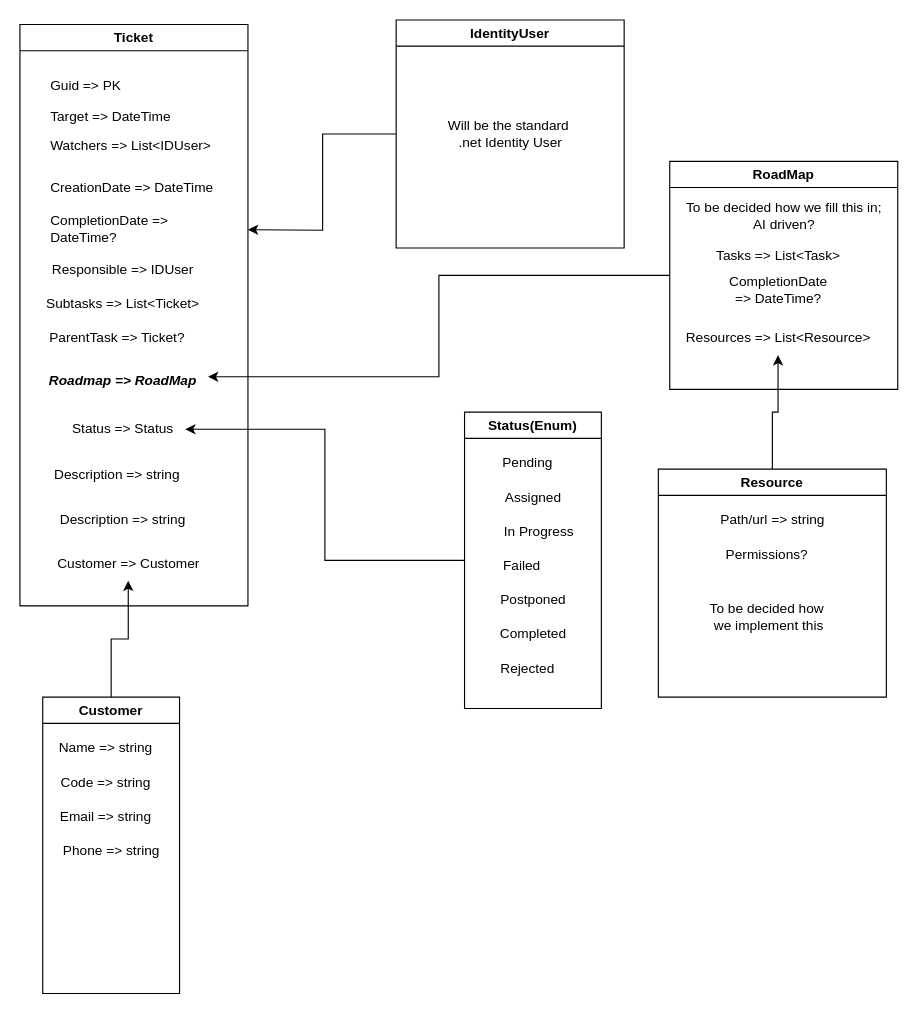
Above: docs/IT-Project 1.drawio in Garamatic/ticket-masala (draw.io), before the change. Source tidied: cells renumbered, new cells numbered last; positions are measured from the earlier drawing's top-left corner, leaving out a move shared by most shapes. Both pictures are drawn from the tidied source at 114%, with x=0, y=0 at pixel (19, 19).
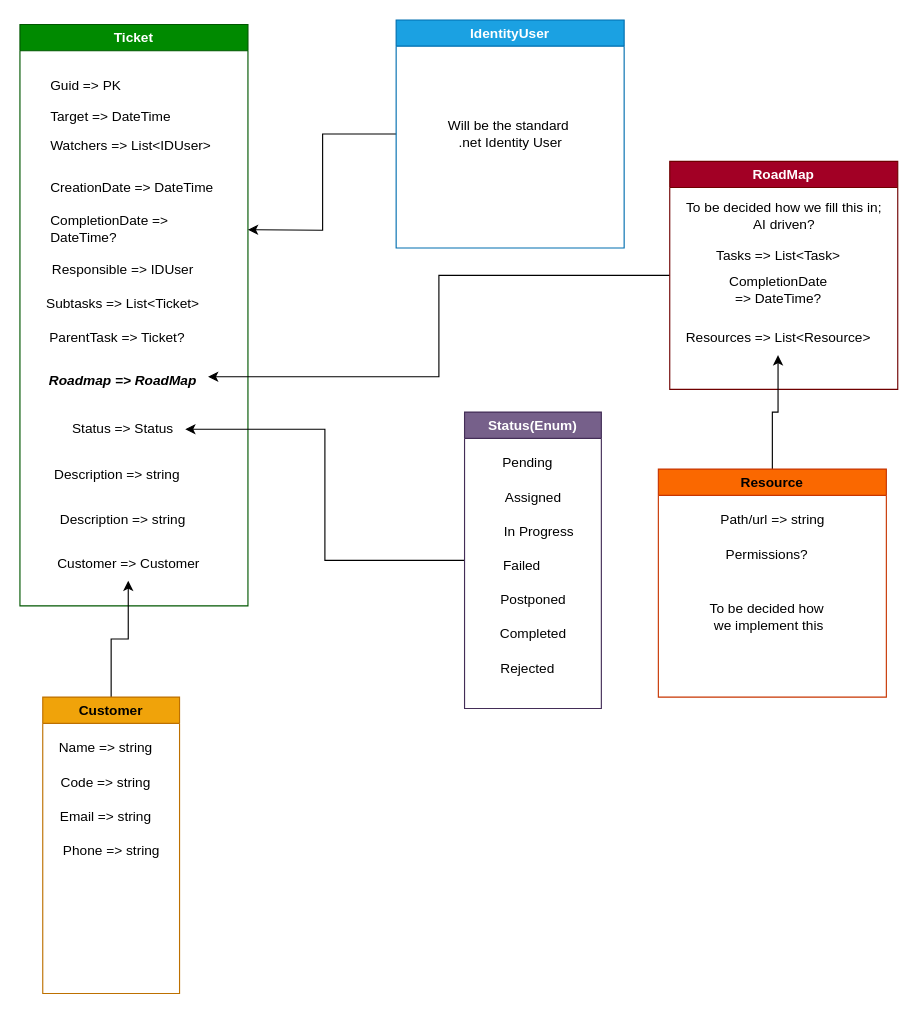
The same page after the edit.

Diff of the diagram source:
```diff
@@
-    <mxCell id="2" value="Ticket" style="swimlane;whiteSpace=wrap;html=1;" parent="1" vertex="1">
+    <mxCell id="2" value="Ticket" style="swimlane;whiteSpace=wrap;html=1;fillColor=#008a00;fontColor=#ffffff;strokeColor=#005700;" parent="1" vertex="1">
       <mxGeometry y="4" width="200" height="510" as="geometry" />
     </mxCell>
@@
-    <mxCell id="24" value="IdentityUser" style="swimlane;whiteSpace=wrap;html=1;" parent="1" vertex="1">
+    <mxCell id="24" value="IdentityUser" style="swimlane;whiteSpace=wrap;html=1;fillColor=#1ba1e2;fontColor=#ffffff;strokeColor=#006EAF;" parent="1" vertex="1">
       <mxGeometry x="330" width="200" height="200" as="geometry" />
     </mxCell>
@@
-    <mxCell id="27" value="RoadMap" style="swimlane;whiteSpace=wrap;html=1;" parent="1" vertex="1">
+    <mxCell id="27" value="RoadMap" style="swimlane;whiteSpace=wrap;html=1;fillColor=#a20025;fontColor=#ffffff;strokeColor=#6F0000;" parent="1" vertex="1">
       <mxGeometry x="570" y="124" width="200" height="200" as="geometry" />
     </mxCell>
@@
-    <mxCell id="33" value="Status(Enum)" style="swimlane;whiteSpace=wrap;html=1;" parent="1" vertex="1">
+    <mxCell id="33" value="Status(Enum)" style="swimlane;whiteSpace=wrap;html=1;fillColor=#76608a;fontColor=#ffffff;strokeColor=#432D57;" parent="1" vertex="1">
       <mxGeometry x="390" y="344" width="120" height="260" as="geometry" />
     </mxCell>
@@
-    <mxCell id="42" value="Customer" style="swimlane;whiteSpace=wrap;html=1;" parent="1" vertex="1">
+    <mxCell id="42" value="Customer" style="swimlane;whiteSpace=wrap;html=1;fillColor=#f0a30a;strokeColor=#BD7000;fontColor=#000000;" parent="1" vertex="1">
       <mxGeometry x="20" y="594" width="120" height="260" as="geometry" />
     </mxCell>
@@
-    <mxCell id="48" value="Resource" style="swimlane;whiteSpace=wrap;html=1;" parent="1" vertex="1">
+    <mxCell id="48" value="Resource" style="swimlane;whiteSpace=wrap;html=1;fillColor=#fa6800;fontColor=#000000;strokeColor=#C73500;" parent="1" vertex="1">
       <mxGeometry x="560" y="394" width="200" height="200" as="geometry" />
     </mxCell>
```
